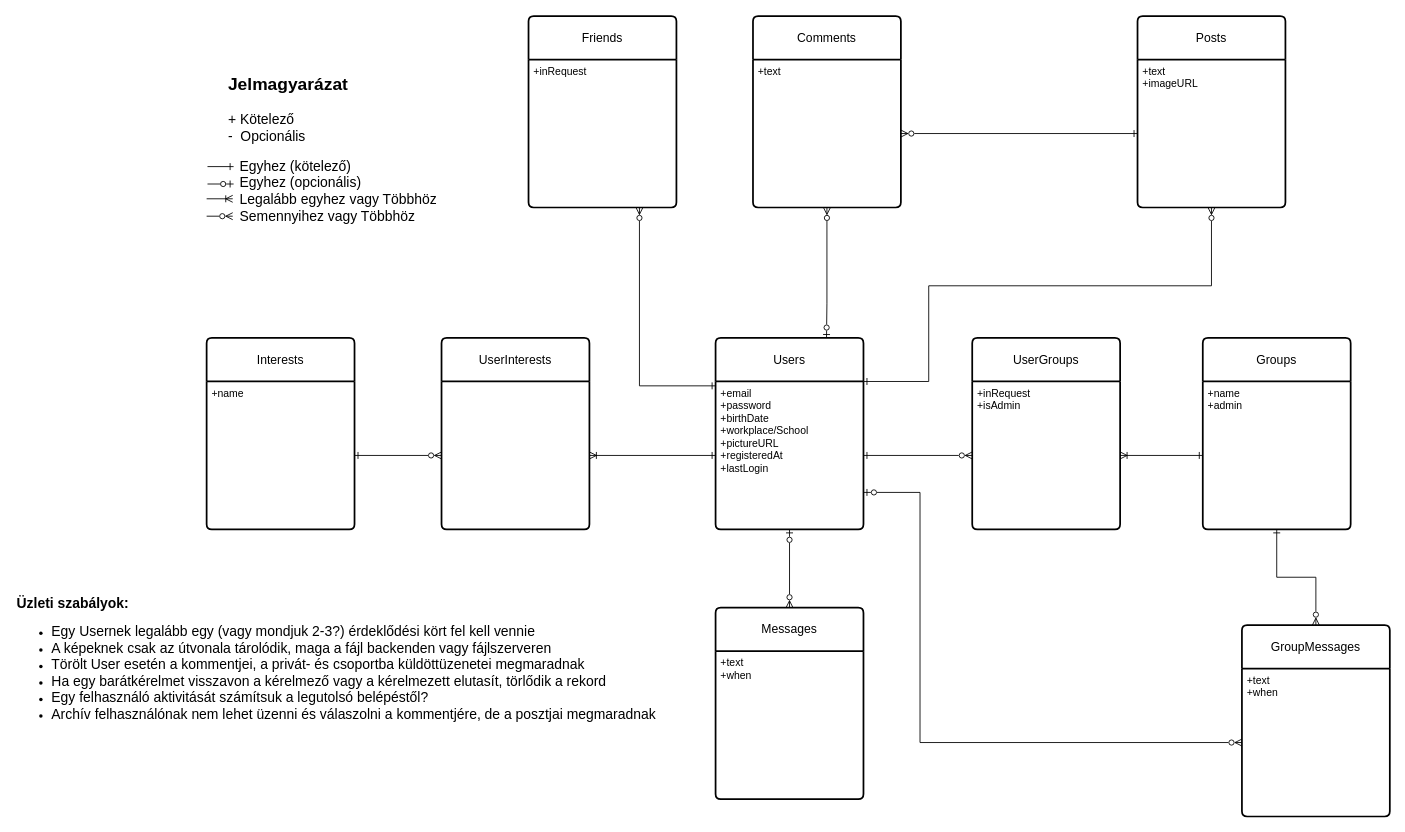
Above: docs/db_terv.drawio in ketonBever0/fakebook (draw.io), before the change. Source tidied: cells renumbered, new cells numbered last; positions are measured from the earlier drawing's top-left corner, leaving out a move shared by most shapes. Both pictures are drawn from the tidied source at 87%, with x=0, y=0 at pixel (15, 16).
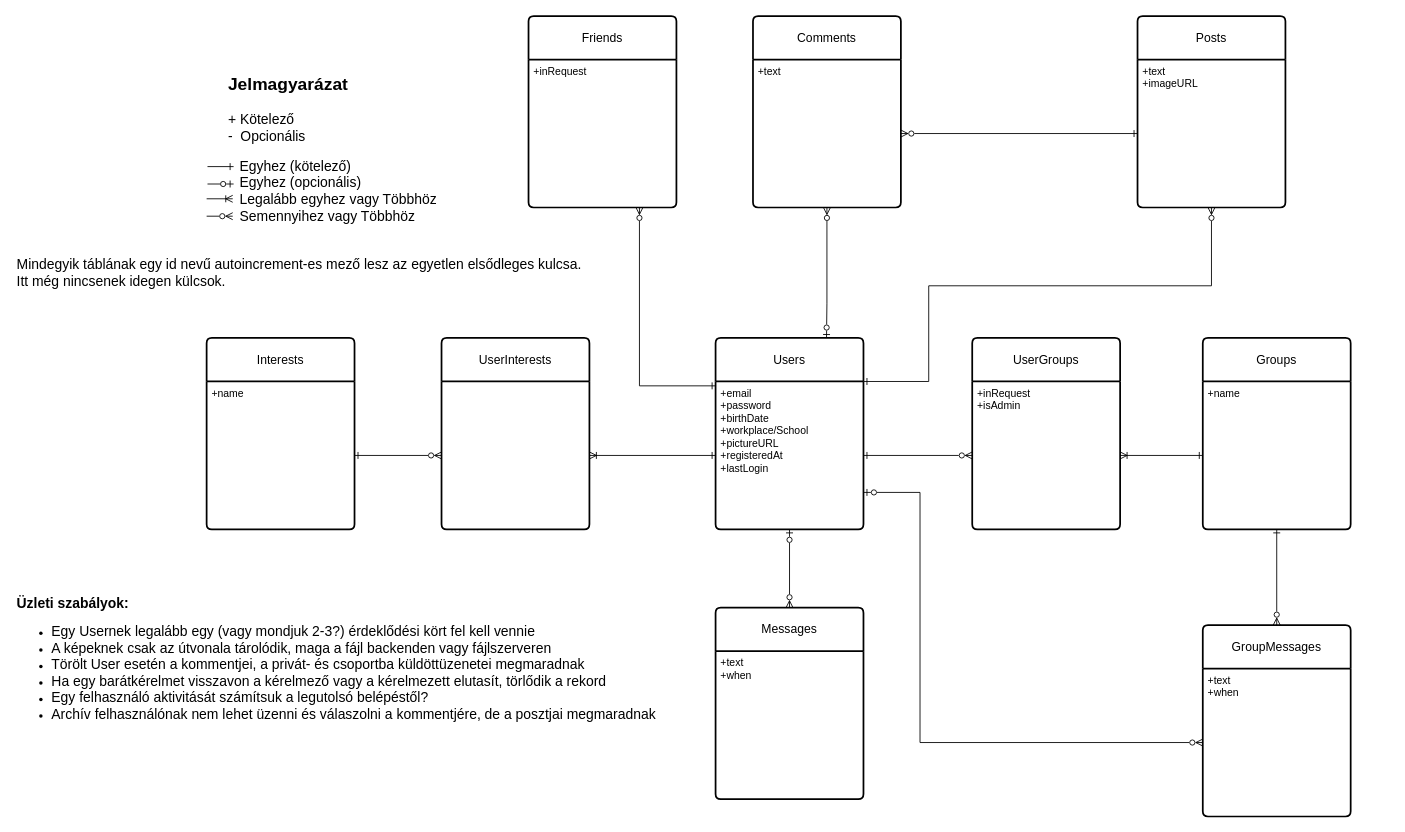
The same diagram, later.

Unchanged cells that the change refers to:
```xml
<mxCell id="8" value="Groups" style="swimlane;horizontal=1;startSize=50;rounded=1;fontSize=14;fontStyle=0;strokeWidth=2;shadow=0;dashed=0;align=center;arcSize=4;whiteSpace=wrap;html=1;" parent="1" vertex="1">
  <mxGeometry x="1365" y="370" width="170" height="220" as="geometry" />
</mxCell>
```

The edit, as a diff of the source:
```diff
@@
-    <mxCell id="9" value="&lt;div&gt;+name&lt;/div&gt;&lt;div&gt;+admin&lt;/div&gt;" style="align=left;strokeColor=none;fillColor=none;spacingLeft=4;fontSize=12;verticalAlign=top;html=1;" parent="8" vertex="1">
+    <mxCell id="9" value="&lt;div&gt;+name&lt;/div&gt;" style="align=left;strokeColor=none;fillColor=none;spacingLeft=4;fontSize=12;verticalAlign=top;html=1;" parent="8" vertex="1">
       <mxGeometry y="50" width="170" height="170" as="geometry" />
     </mxCell>
@@
     <mxCell id="24" value="GroupMessages" style="swimlane;horizontal=1;startSize=50;rounded=1;fontSize=14;fontStyle=0;strokeWidth=2;shadow=0;dashed=0;align=center;arcSize=4;whiteSpace=wrap;html=1;" parent="1" vertex="1">
-      <mxGeometry x="1410" y="700" width="170" height="220" as="geometry" />
+      <mxGeometry x="1365" y="700" width="170" height="220" as="geometry" />
     </mxCell>
@@
+    <mxCell id="39" value="&lt;div&gt;Mindegyik táblának egy id nevű autoincrement-es mező lesz az egyetlen elsődleges kulcsa.&lt;/div&gt;Itt még nincsenek idegen külcsok." style="text;html=1;align=left;verticalAlign=middle;strokeColor=none;fillColor=none;fontSize=16;" parent="1" vertex="1">
+      <mxGeometry y="270" width="670" height="50" as="geometry" />
+    </mxCell>
```
